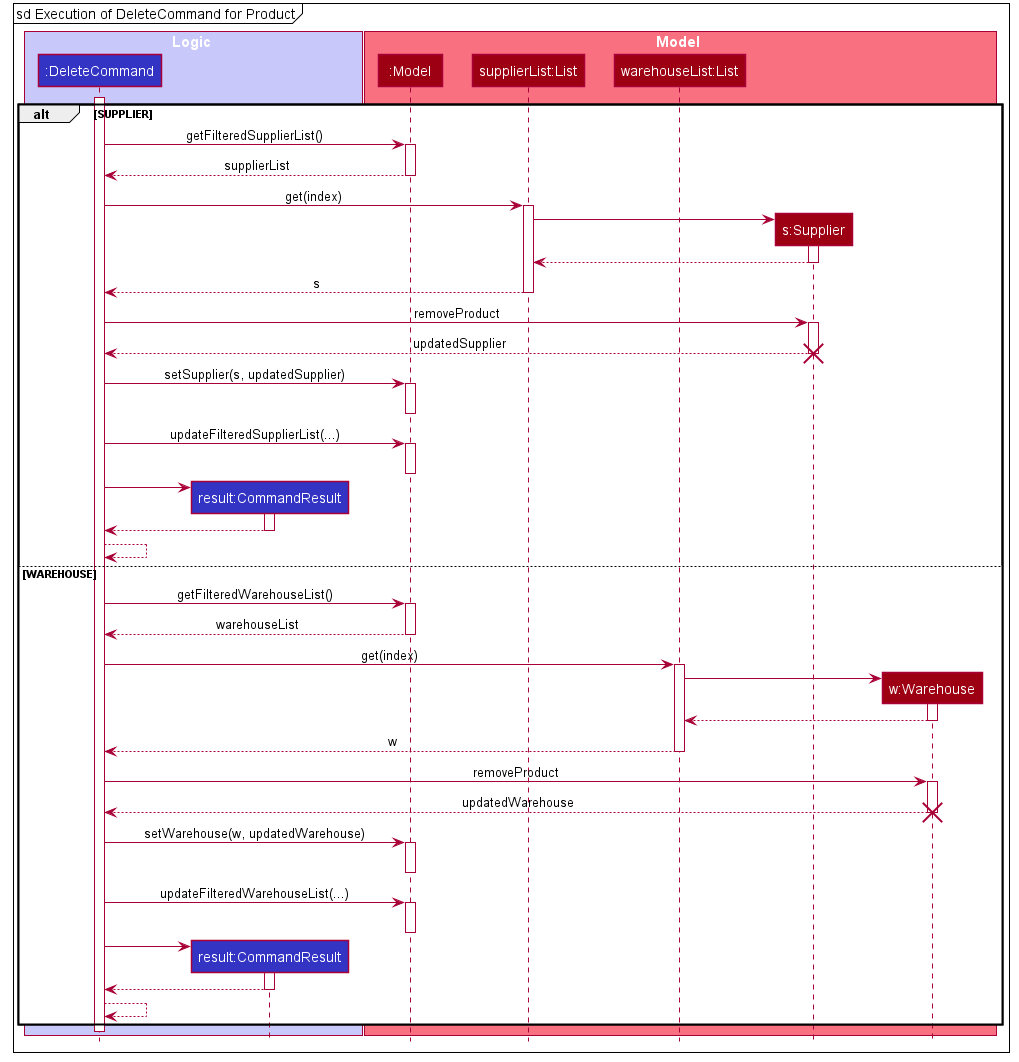
tohyuting/tp keeps this PlantUML diagram as docs/images/DeleteCommandExecutionSequenceDiagram2.png. Above is the earlier version.
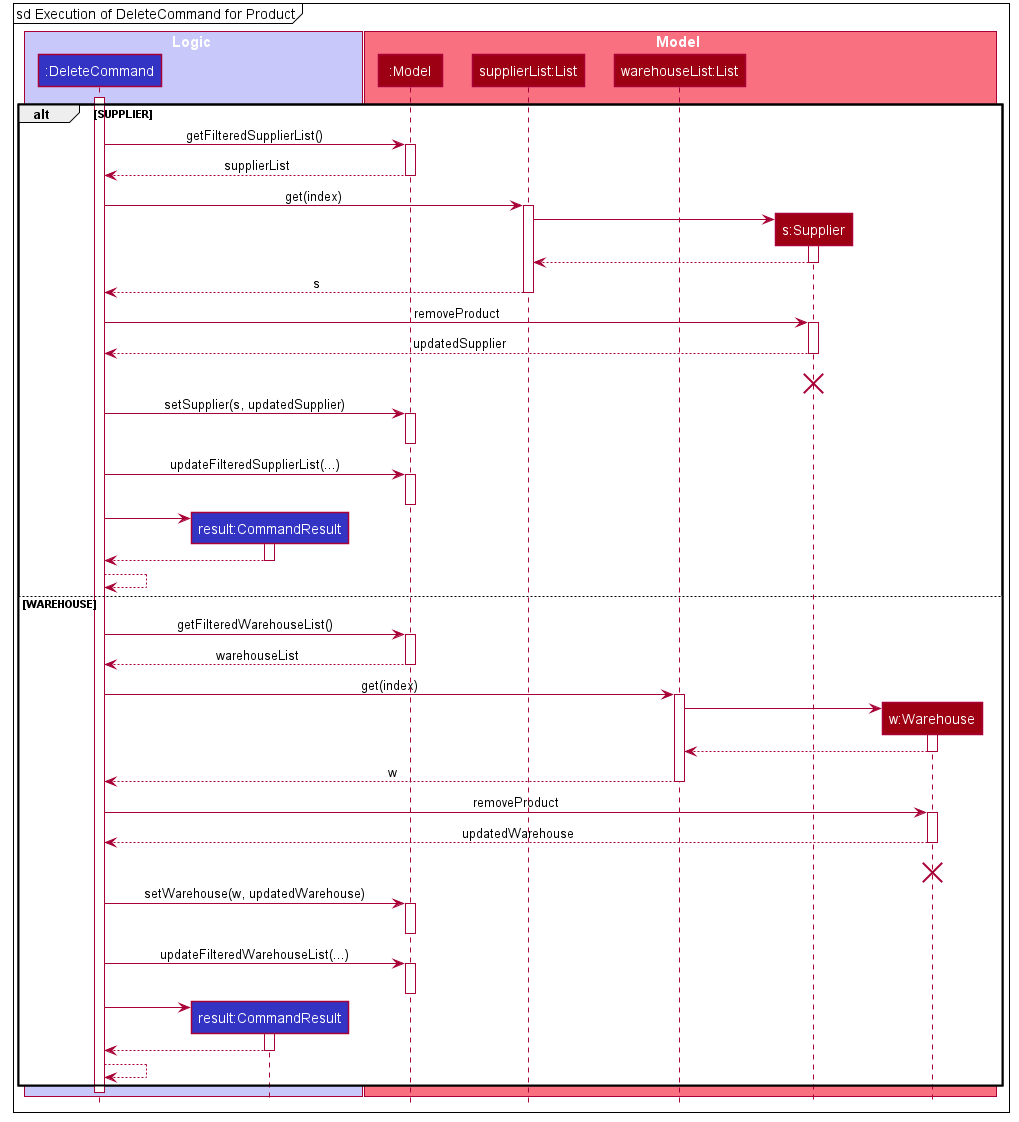
Later version of the same file.

Commit message:
Update deleteCommand activity diagram

Change to the diagram source:
```diff
@@ -86,6 +86,7 @@
 activate s
 s --> DeleteCommand : updatedSupplier
 deactivate s
+s -[hidden]-> DeleteCommand : updatedSupplier
 destroy s
 
 DeleteCommand -> Model : setSupplier(s, updatedSupplier)
@@ -128,6 +129,7 @@
 activate w
 w --> DeleteCommand : updatedWarehouse
 deactivate w
+s -[hidden]-> DeleteCommand : updatedWarehouse
 destroy w
 
 
```
